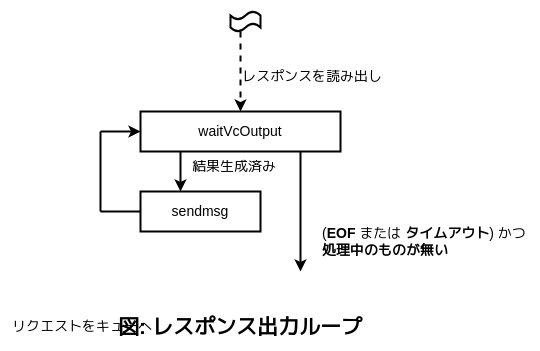
Earlier version of the draw.io export onsen10/sender.drawio.png (khibino/DNS-onsen). Source tidied: cells renumbered, new cells last; positions are measured from the earlier drawing's top-left corner, leaving out a move shared by most shapes.
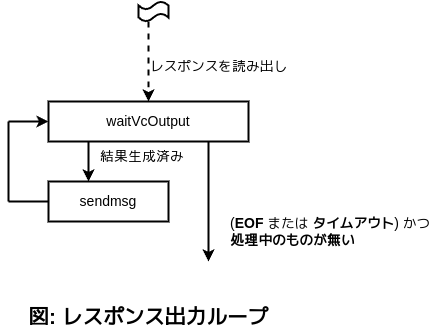
The same file after the commit.

Commit message:
remove a text box that was incorrectly placed

Change to the diagram source:
```diff
@@ -56,9 +56,6 @@
         <mxPoint x="230" y="100" as="targetPoint" />
       </mxGeometry>
     </mxCell>
-    <mxCell id="14" value="&lt;span style=&quot;font-size: 14px;&quot;&gt;リクエストをキューへ&lt;/span&gt;" style="text;html=1;align=left;verticalAlign=middle;whiteSpace=wrap;rounded=0;" parent="1" vertex="1">
-      <mxGeometry y="300" width="150" height="30" as="geometry" />
-    </mxCell>
     <mxCell id="15" value="&lt;span style=&quot;font-size: 14px;&quot;&gt;レスポンスを読み出し&lt;/span&gt;" style="text;html=1;align=left;verticalAlign=middle;whiteSpace=wrap;rounded=0;" parent="1" vertex="1">
       <mxGeometry x="230" y="50" width="150" height="30" as="geometry" />
     </mxCell>
```
